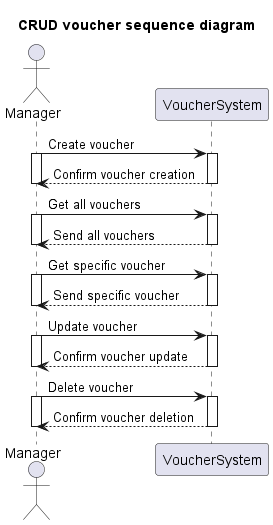
The PlantUML diagram Lab1.2/Sequence diagram/CRUD voucher_seq.png in baonehe/SE357-Pratice-class, before a commit. The source it was exported from:
```plantuml
@startuml
title CRUD voucher sequence diagram

Actor Manager
participant VoucherSystem

Manager -> VoucherSystem : Create voucher
activate Manager
activate VoucherSystem
VoucherSystem --> Manager : Confirm voucher creation
deactivate VoucherSystem
deactivate Manager

Manager -> VoucherSystem : Get all vouchers
activate Manager
activate VoucherSystem
VoucherSystem --> Manager : Send all vouchers
deactivate VoucherSystem
deactivate Manager

Manager -> VoucherSystem : Get specific voucher
activate Manager
activate VoucherSystem
VoucherSystem --> Manager : Send specific voucher
deactivate VoucherSystem
deactivate Manager

Manager -> VoucherSystem : Update voucher
activate Manager
activate VoucherSystem
VoucherSystem --> Manager : Confirm voucher update
deactivate VoucherSystem
deactivate Manager

Manager -> VoucherSystem : Delete voucher
activate Manager
activate VoucherSystem
VoucherSystem --> Manager : Confirm voucher deletion
deactivate VoucherSystem
deactivate Manager
@enduml
```
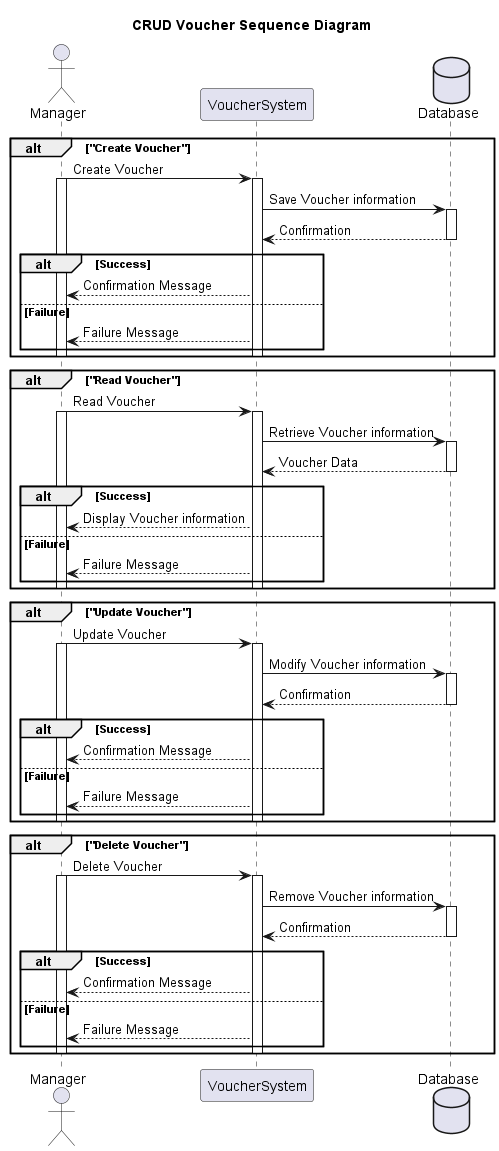
After the change.

The edit, as a diff of the source:
```diff
@@ -1,41 +1,76 @@
 @startuml
-title CRUD voucher sequence diagram
+title CRUD Voucher Sequence Diagram
 
-Actor Manager
+actor Manager
 participant VoucherSystem
+database Database
 
-Manager -> VoucherSystem : Create voucher
-activate Manager
-activate VoucherSystem
-VoucherSystem --> Manager : Confirm voucher creation
-deactivate VoucherSystem
-deactivate Manager
+alt "Create Voucher"
+  Manager -> VoucherSystem: Create Voucher
+  activate Manager
+  activate VoucherSystem
+  VoucherSystem -> Database: Save Voucher information
+  activate Database
+  Database --> VoucherSystem: Confirmation
+  deactivate Database
+  alt Success
+    VoucherSystem --> Manager: Confirmation Message
+  else Failure
+    VoucherSystem --> Manager: Failure Message
+  end
+  deactivate Manager
+  deactivate VoucherSystem
+end
 
-Manager -> VoucherSystem : Get all vouchers
-activate Manager
-activate VoucherSystem
-VoucherSystem --> Manager : Send all vouchers
-deactivate VoucherSystem
-deactivate Manager
+alt "Read Voucher"
+  Manager -> VoucherSystem: Read Voucher
+  activate Manager
+  activate VoucherSystem
+  VoucherSystem -> Database: Retrieve Voucher information
+  activate Database
+  Database --> VoucherSystem: Voucher Data
+  deactivate Database
+  alt Success
+    VoucherSystem --> Manager: Display Voucher information
+  else Failure
+    VoucherSystem --> Manager: Failure Message
+  end
+  deactivate Manager
+  deactivate VoucherSystem
+end
 
-Manager -> VoucherSystem : Get specific voucher
-activate Manager
-activate VoucherSystem
-VoucherSystem --> Manager : Send specific voucher
-deactivate VoucherSystem
-deactivate Manager
+alt "Update Voucher"
+  Manager -> VoucherSystem: Update Voucher
+  activate Manager
+  activate VoucherSystem
+  VoucherSystem -> Database: Modify Voucher information
+  activate Database
+  Database --> VoucherSystem: Confirmation
+  deactivate Database
+  alt Success
+    VoucherSystem --> Manager: Confirmation Message
+  else Failure
+    VoucherSystem --> Manager: Failure Message
+  end
+  deactivate Manager
+  deactivate VoucherSystem
+end
 
-Manager -> VoucherSystem : Update voucher
-activate Manager
-activate VoucherSystem
-VoucherSystem --> Manager : Confirm voucher update
-deactivate VoucherSystem
-deactivate Manager
+alt "Delete Voucher"
+  Manager -> VoucherSystem: Delete Voucher
+  activate Manager
+  activate VoucherSystem
+  VoucherSystem -> Database: Remove Voucher information
+  activate Database
+  Database --> VoucherSystem: Confirmation
+  deactivate Database
+  alt Success
+    VoucherSystem --> Manager: Confirmation Message
+  else Failure
+    VoucherSystem --> Manager: Failure Message
+  end
+  deactivate Manager
+  deactivate VoucherSystem
+end
 
-Manager -> VoucherSystem : Delete voucher
-activate Manager
-activate VoucherSystem
-VoucherSystem --> Manager : Confirm voucher deletion
-deactivate VoucherSystem
-deactivate Manager
 @enduml
```
